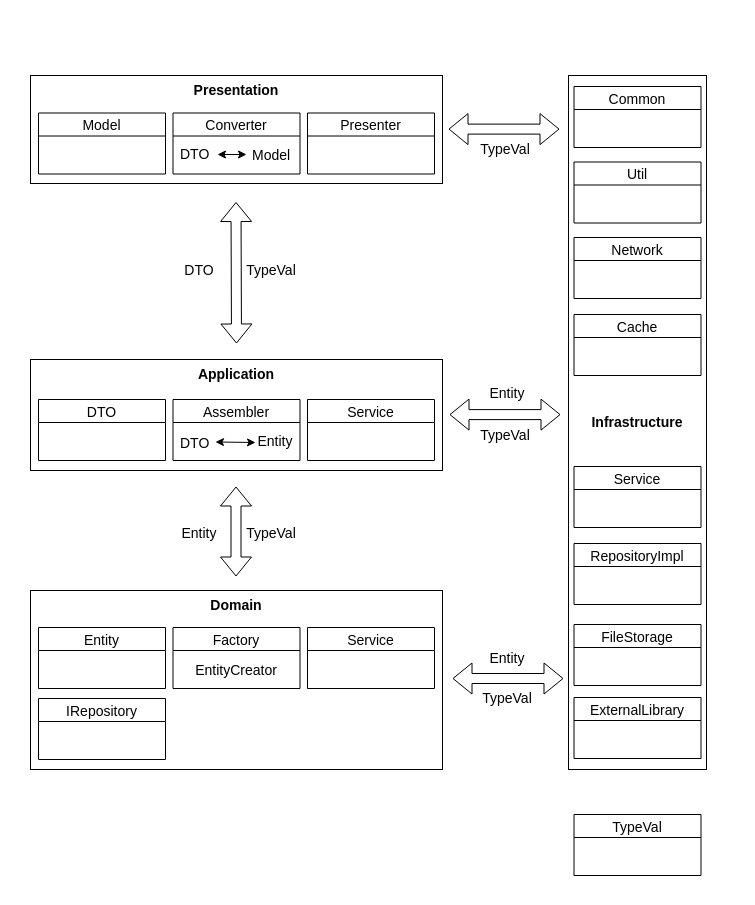
Earlier version of the draw.io diagram 软件架构层次2.drawio (gmyboy/software-architecture). Source tidied: cells renumbered, new cells numbered last; positions are measured from the earlier drawing's top-left corner, leaving out a move shared by most shapes. Both pictures are drawn from the tidied source at 100%, with x=0, y=0 at pixel (30, 75).
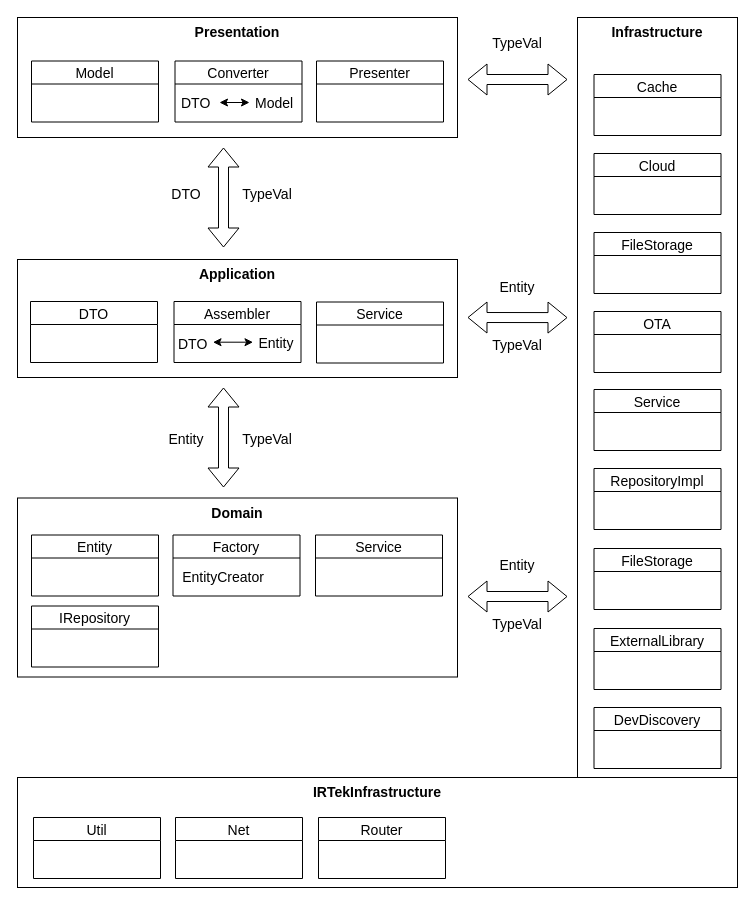
After the change.

Commit message:
更新软件架构层次2.drawio

Diff of the diagram source:
```diff
@@
     <mxCell id="2" value="Presentation" style="rounded=0;whiteSpace=wrap;html=1;verticalAlign=top;align=center;fontSize=14;horizontal=1;fontStyle=1;" parent="1" vertex="1">
-      <mxGeometry width="412" height="108" as="geometry" />
+      <mxGeometry x="-13" y="-58" width="440" height="120" as="geometry" />
     </mxCell>
-    <mxCell id="3" value="Infrastructure" style="rounded=0;whiteSpace=wrap;html=1;fontSize=14;fontStyle=1;" parent="1" vertex="1">
-      <mxGeometry x="538" width="138" height="694" as="geometry" />
+    <mxCell id="3" value="Infrastructure" style="rounded=0;whiteSpace=wrap;html=1;fontSize=14;fontStyle=1;verticalAlign=top;" parent="1" vertex="1">
+      <mxGeometry x="547" y="-58" width="160" height="760" as="geometry" />
     </mxCell>
     <mxCell id="4" value="Model" style="swimlane;fontSize=14;startSize=23;fontStyle=0;" parent="1" vertex="1">
-      <mxGeometry x="8" y="37.5" width="127" height="61" as="geometry" />
+      <mxGeometry x="1" y="-14.5" width="127" height="61" as="geometry" />
     </mxCell>
     <mxCell id="5" value="Converter" style="swimlane;fontSize=14;startSize=23;fontStyle=0;" parent="1" vertex="1">
-      <mxGeometry x="142.5" y="37.5" width="127" height="61" as="geometry" />
+      <mxGeometry x="144.5" y="-14.5" width="127" height="61" as="geometry" />
     </mxCell>
     <mxCell id="6" value="DTO" style="text;strokeColor=none;fillColor=none;align=left;verticalAlign=middle;spacingLeft=4;spacingRight=4;overflow=hidden;fontSize=14;" parent="5" vertex="1">
-      <mxGeometry x="1.5" y="25.5" width="42.5" height="29.5" as="geometry" />
+      <mxGeometry x="0.5" y="26.5" width="42.5" height="29.5" as="geometry" />
     </mxCell>
@@
     <mxCell id="8" value="Presenter" style="swimlane;fontSize=14;startSize=23;fontStyle=0;" parent="1" vertex="1">
-      <mxGeometry x="277" y="37.5" width="127" height="61" as="geometry" />
+      <mxGeometry x="286" y="-14.5" width="127" height="61" as="geometry" />
     </mxCell>
     <mxCell id="9" value="Application" style="rounded=0;whiteSpace=wrap;html=1;verticalAlign=top;align=center;fontSize=14;horizontal=1;fontStyle=1;" parent="1" vertex="1">
-      <mxGeometry y="284" width="412" height="111" as="geometry" />
+      <mxGeometry x="-13" y="184" width="440" height="118" as="geometry" />
     </mxCell>
     <mxCell id="10" value="Domain" style="rounded=0;whiteSpace=wrap;html=1;verticalAlign=top;align=center;fontSize=14;horizontal=1;fontStyle=1;" parent="1" vertex="1">
-      <mxGeometry y="515" width="412" height="179" as="geometry" />
+      <mxGeometry x="-13" y="422.5" width="440" height="179" as="geometry" />
     </mxCell>
     <mxCell id="11" value="DTO" style="swimlane;fontSize=14;startSize=23;fontStyle=0;" parent="1" vertex="1">
-      <mxGeometry x="8" y="324" width="127" height="61" as="geometry" />
+      <mxGeometry y="226" width="127" height="61" as="geometry" />
     </mxCell>
     <mxCell id="12" value="Assembler" style="swimlane;fontSize=14;startSize=23;fontStyle=0;" parent="1" vertex="1">
-      <mxGeometry x="142.5" y="324" width="127" height="61" as="geometry" />
+      <mxGeometry x="143.5" y="226" width="127" height="61" as="geometry" />
     </mxCell>
@@
-    <mxCell id="14" style="endArrow=classic;startArrow=classic;html=1;rounded=0;fontSize=14;exitX=1;exitY=0.5;exitDx=0;exitDy=0;" parent="12" edge="1" source="35">
+    <mxCell id="14" style="endArrow=classic;startArrow=classic;html=1;rounded=0;fontSize=14;" parent="12" edge="1">
       <mxGeometry relative="1" as="geometry">
-        <mxPoint x="82.5" y="43" as="targetPoint" />
+        <mxPoint x="39" y="40.7" as="sourcePoint" />
+        <mxPoint x="79" y="40.7" as="targetPoint" />
       </mxGeometry>
     </mxCell>
     <mxCell id="15" value="Service" style="swimlane;fontSize=14;startSize=23;fontStyle=0;" parent="1" vertex="1">
-      <mxGeometry x="277" y="324" width="127" height="61" as="geometry" />
+      <mxGeometry x="286" y="226.5" width="127" height="61" as="geometry" />
     </mxCell>
-    <mxCell id="16" value="TypeVal" style="swimlane;fontSize=14;startSize=23;fontStyle=0;" parent="1" vertex="1">
-      <mxGeometry x="543.5" y="739" width="127" height="61" as="geometry" />
-    </mxCell>
-    <mxCell id="17" value="Network" style="swimlane;fontSize=14;startSize=23;fontStyle=0;" parent="1" vertex="1">
-      <mxGeometry x="543.5" y="162" width="127" height="61" as="geometry" />
+    <mxCell id="17" value="FileStorage" style="swimlane;fontSize=14;startSize=23;fontStyle=0;" parent="1" vertex="1">
+      <mxGeometry x="563.5" y="157" width="127" height="61" as="geometry" />
     </mxCell>
-    <mxCell id="18" value="Util" style="swimlane;fontSize=14;startSize=23;fontStyle=0;" parent="1" vertex="1">
-      <mxGeometry x="543.5" y="86.5" width="127" height="61" as="geometry" />
+    <mxCell id="18" value="Cloud" style="swimlane;fontSize=14;startSize=23;fontStyle=0;" parent="1" vertex="1">
+      <mxGeometry x="563.5" y="78" width="127" height="61" as="geometry" />
     </mxCell>
-    <mxCell id="19" value="Common" style="swimlane;fontSize=14;startSize=23;fontStyle=0;" parent="1" vertex="1">
-      <mxGeometry x="543.5" y="11" width="127" height="61" as="geometry" />
+    <mxCell id="19" value="Cache" style="swimlane;fontSize=14;startSize=23;fontStyle=0;" parent="1" vertex="1">
+      <mxGeometry x="563.5" y="-1" width="127" height="61" as="geometry" />
     </mxCell>
     <mxCell id="20" value="Service" style="swimlane;fontSize=14;startSize=23;fontStyle=0;" parent="1" vertex="1">
-      <mxGeometry x="277" y="552" width="127" height="61" as="geometry" />
+      <mxGeometry x="285" y="459.5" width="127" height="61" as="geometry" />
     </mxCell>
     <mxCell id="21" value="Entity" style="swimlane;fontSize=14;startSize=23;fontStyle=0;" parent="1" vertex="1">
-      <mxGeometry x="8" y="552" width="127" height="61" as="geometry" />
+      <mxGeometry x="1" y="459.5" width="127" height="61" as="geometry" />
     </mxCell>
-    <mxCell id="22" value="Cache" style="swimlane;fontSize=14;startSize=23;fontStyle=0;" parent="1" vertex="1">
-      <mxGeometry x="543.5" y="239" width="127" height="61" as="geometry" />
+    <mxCell id="22" value="OTA" style="swimlane;fontSize=14;startSize=23;fontStyle=0;" parent="1" vertex="1">
+      <mxGeometry x="563.5" y="236" width="127" height="61" as="geometry" />
     </mxCell>
     <mxCell id="23" value="Service" style="swimlane;fontSize=14;startSize=23;fontStyle=0;" parent="1" vertex="1">
-      <mxGeometry x="543.5" y="391" width="127" height="61" as="geometry" />
+      <mxGeometry x="563.5" y="314" width="127" height="61" as="geometry" />
     </mxCell>
     <mxCell id="24" value="Factory" style="swimlane;fontSize=14;startSize=23;fontStyle=0;" parent="1" vertex="1">
-      <mxGeometry x="142.5" y="552" width="127" height="61" as="geometry" />
+      <mxGeometry x="142.5" y="459.5" width="127" height="61" as="geometry" />
     </mxCell>
     <mxCell id="25" value="IRepository" style="swimlane;fontSize=14;startSize=23;fontStyle=0;" parent="1" vertex="1">
-      <mxGeometry x="8" y="623" width="127" height="61" as="geometry" />
+      <mxGeometry x="1" y="530.5" width="127" height="61" as="geometry" />
     </mxCell>
     <mxCell id="26" value="RepositoryImpl" style="swimlane;fontSize=14;startSize=23;fontStyle=0;" parent="1" vertex="1">
-      <mxGeometry x="543.5" y="468" width="127" height="61" as="geometry" />
+      <mxGeometry x="563.5" y="393" width="127" height="61" as="geometry" />
     </mxCell>
     <mxCell id="27" value="FileStorage" style="swimlane;fontSize=14;startSize=23;fontStyle=0;" parent="1" vertex="1">
-      <mxGeometry x="543.5" y="549" width="127" height="61" as="geometry" />
+      <mxGeometry x="563.5" y="473" width="127" height="61" as="geometry" />
     </mxCell>
     <mxCell id="28" value="ExternalLibrary" style="swimlane;fontSize=14;startSize=23;fontStyle=0;" parent="1" vertex="1">
-      <mxGeometry x="543.5" y="622" width="127" height="61" as="geometry" />
+      <mxGeometry x="563.5" y="553" width="127" height="61" as="geometry" />
     </mxCell>
     <mxCell id="29" style="shape=flexArrow;endArrow=classic;html=1;rounded=0;fontSize=14;startArrow=block;" parent="1" edge="1">
       <mxGeometry relative="1" as="geometry">
-        <mxPoint x="206" y="268" as="sourcePoint" />
-        <mxPoint x="205.5" y="126.5" as="targetPoint" />
+        <mxPoint x="193" y="172" as="sourcePoint" />
+        <mxPoint x="193" y="72" as="targetPoint" />
       </mxGeometry>
     </mxCell>
     <mxCell id="30" style="shape=flexArrow;endArrow=classic;html=1;rounded=0;fontSize=14;startArrow=block;" parent="1" edge="1">
       <mxGeometry relative="1" as="geometry">
-        <mxPoint x="205.5" y="411" as="sourcePoint" />
-        <mxPoint x="205.5" y="501" as="targetPoint" />
+        <mxPoint x="193" y="312" as="sourcePoint" />
+        <mxPoint x="193" y="412" as="targetPoint" />
       </mxGeometry>
     </mxCell>
     <mxCell id="31" value="Entity" style="text;html=1;strokeColor=none;fillColor=none;align=center;verticalAlign=middle;whiteSpace=wrap;rounded=0;fontSize=14;" parent="1" vertex="1">
-      <mxGeometry x="139" y="443" width="60" height="30" as="geometry" />
+      <mxGeometry x="126" y="348.5" width="60" height="30" as="geometry" />
     </mxCell>
     <mxCell id="32" value="DTO" style="text;html=1;strokeColor=none;fillColor=none;align=center;verticalAlign=middle;whiteSpace=wrap;rounded=0;fontSize=14;" parent="1" vertex="1">
-      <mxGeometry x="139" y="180" width="60" height="30" as="geometry" />
+      <mxGeometry x="126" y="104" width="60" height="30" as="geometry" />
     </mxCell>
     <mxCell id="33" value="TypeVal" style="text;html=1;strokeColor=none;fillColor=none;align=center;verticalAlign=middle;whiteSpace=wrap;rounded=0;fontSize=14;" parent="1" vertex="1">
-      <mxGeometry x="211" y="443" width="60" height="30" as="geometry" />
+      <mxGeometry x="207" y="348.5" width="60" height="30" as="geometry" />
     </mxCell>
     <mxCell id="34" value="TypeVal" style="text;html=1;strokeColor=none;fillColor=none;align=center;verticalAlign=middle;whiteSpace=wrap;rounded=0;fontSize=14;" parent="1" vertex="1">
-      <mxGeometry x="211" y="180" width="60" height="30" as="geometry" />
+      <mxGeometry x="207" y="104" width="60" height="30" as="geometry" />
     </mxCell>
     <mxCell id="35" value="DTO" style="text;strokeColor=none;fillColor=none;align=left;verticalAlign=middle;spacingLeft=4;spacingRight=4;overflow=hidden;points=[[0,0.5],[1,0.5]];portConstraint=eastwest;fontSize=14;" parent="1" vertex="1">
-      <mxGeometry x="144" y="350" width="41" height="33" as="geometry" />
+      <mxGeometry x="142" y="251" width="41" height="33" as="geometry" />
     </mxCell>
     <mxCell id="36" value="Model" style="text;strokeColor=none;fillColor=none;align=left;verticalAlign=middle;spacingLeft=4;spacingRight=4;overflow=hidden;points=[[0,0.5],[1,0.5]];portConstraint=eastwest;fontSize=14;" parent="1" vertex="1">
-      <mxGeometry x="216" y="62" width="50" height="34" as="geometry" />
+      <mxGeometry x="219" y="10" width="50" height="34" as="geometry" />
     </mxCell>
     <mxCell id="37" value="EntityCreator" style="text;strokeColor=none;fillColor=none;align=center;verticalAlign=middle;spacingLeft=4;spacingRight=4;overflow=hidden;fontSize=14;" parent="1" vertex="1">
-      <mxGeometry x="144" y="576" width="124" height="35" as="geometry" />
+      <mxGeometry x="131" y="483.5" width="124" height="35" as="geometry" />
     </mxCell>
     <mxCell id="38" style="shape=flexArrow;endArrow=classic;html=1;rounded=0;fontSize=14;startArrow=block;" parent="1" edge="1">
       <mxGeometry relative="1" as="geometry">
-        <mxPoint x="533" y="603" as="sourcePoint" />
-        <mxPoint x="422" y="603" as="targetPoint" />
+        <mxPoint x="537" y="521" as="sourcePoint" />
+        <mxPoint x="437" y="521" as="targetPoint" />
       </mxGeometry>
     </mxCell>
     <mxCell id="39" style="shape=flexArrow;endArrow=classic;html=1;rounded=0;fontSize=14;startArrow=block;" parent="1" edge="1">
       <mxGeometry relative="1" as="geometry">
-        <mxPoint x="529" y="53.6" as="sourcePoint" />
-        <mxPoint x="418" y="53.6" as="targetPoint" />
+        <mxPoint x="537" y="4" as="sourcePoint" />
+        <mxPoint x="437" y="4" as="targetPoint" />
       </mxGeometry>
     </mxCell>
     <mxCell id="40" style="shape=flexArrow;endArrow=classic;html=1;rounded=0;fontSize=14;startArrow=block;" parent="1" edge="1">
       <mxGeometry relative="1" as="geometry">
-        <mxPoint x="530" y="339.1" as="sourcePoint" />
-        <mxPoint x="419" y="339.1" as="targetPoint" />
+        <mxPoint x="537" y="242.1" as="sourcePoint" />
+        <mxPoint x="437" y="242" as="targetPoint" />
       </mxGeometry>
     </mxCell>
     <mxCell id="41" value="Entity" style="text;html=1;strokeColor=none;fillColor=none;align=center;verticalAlign=middle;whiteSpace=wrap;rounded=0;fontSize=14;" parent="1" vertex="1">
-      <mxGeometry x="447" y="567.5" width="60" height="30" as="geometry" />
+      <mxGeometry x="457" y="475" width="60" height="30" as="geometry" />
     </mxCell>
     <mxCell id="42" value="TypeVal" style="text;html=1;strokeColor=none;fillColor=none;align=center;verticalAlign=middle;whiteSpace=wrap;rounded=0;fontSize=14;" parent="1" vertex="1">
-      <mxGeometry x="447" y="608" width="60" height="30" as="geometry" />
+      <mxGeometry x="457" y="534" width="60" height="30" as="geometry" />
     </mxCell>
     <mxCell id="43" value="Entity" style="text;html=1;strokeColor=none;fillColor=none;align=center;verticalAlign=middle;whiteSpace=wrap;rounded=0;fontSize=14;" parent="1" vertex="1">
-      <mxGeometry x="447" y="303" width="60" height="30" as="geometry" />
+      <mxGeometry x="457" y="196.5" width="60" height="30" as="geometry" />
     </mxCell>
     <mxCell id="44" value="TypeVal" style="text;html=1;strokeColor=none;fillColor=none;align=center;verticalAlign=middle;whiteSpace=wrap;rounded=0;fontSize=14;" parent="1" vertex="1">
-      <mxGeometry x="445" y="345" width="60" height="30" as="geometry" />
+      <mxGeometry x="457" y="255" width="60" height="30" as="geometry" />
     </mxCell>
     <mxCell id="45" value="TypeVal" style="text;html=1;strokeColor=none;fillColor=none;align=center;verticalAlign=middle;whiteSpace=wrap;rounded=0;fontSize=14;" parent="1" vertex="1">
-      <mxGeometry x="445" y="59" width="60" height="30" as="geometry" />
+      <mxGeometry x="457" y="-47" width="60" height="30" as="geometry" />
     </mxCell>
+    <mxCell id="46" value="IRTekInfrastructure" style="rounded=0;whiteSpace=wrap;html=1;verticalAlign=top;align=center;fontSize=14;horizontal=1;fontStyle=1;" parent="1" vertex="1">
+      <mxGeometry x="-13" y="702" width="720" height="110" as="geometry" />
+    </mxCell>
+    <mxCell id="47" value="Net" style="swimlane;fontSize=14;startSize=23;fontStyle=0;" parent="1" vertex="1">
+      <mxGeometry x="145" y="742" width="127" height="61" as="geometry" />
+    </mxCell>
+    <mxCell id="48" value="Util" style="swimlane;fontSize=14;startSize=23;fontStyle=0;" parent="1" vertex="1">
+      <mxGeometry x="3" y="742" width="127" height="61" as="geometry" />
+    </mxCell>
+    <mxCell id="49" value="Router" style="swimlane;fontSize=14;startSize=23;fontStyle=0;" parent="1" vertex="1">
+      <mxGeometry x="288" y="742" width="127" height="61" as="geometry" />
+    </mxCell>
+    <mxCell id="50" value="DevDiscovery" style="swimlane;fontSize=14;startSize=23;fontStyle=0;" parent="1" vertex="1">
+      <mxGeometry x="563.5" y="632" width="127" height="61" as="geometry" />
+    </mxCell>
```
